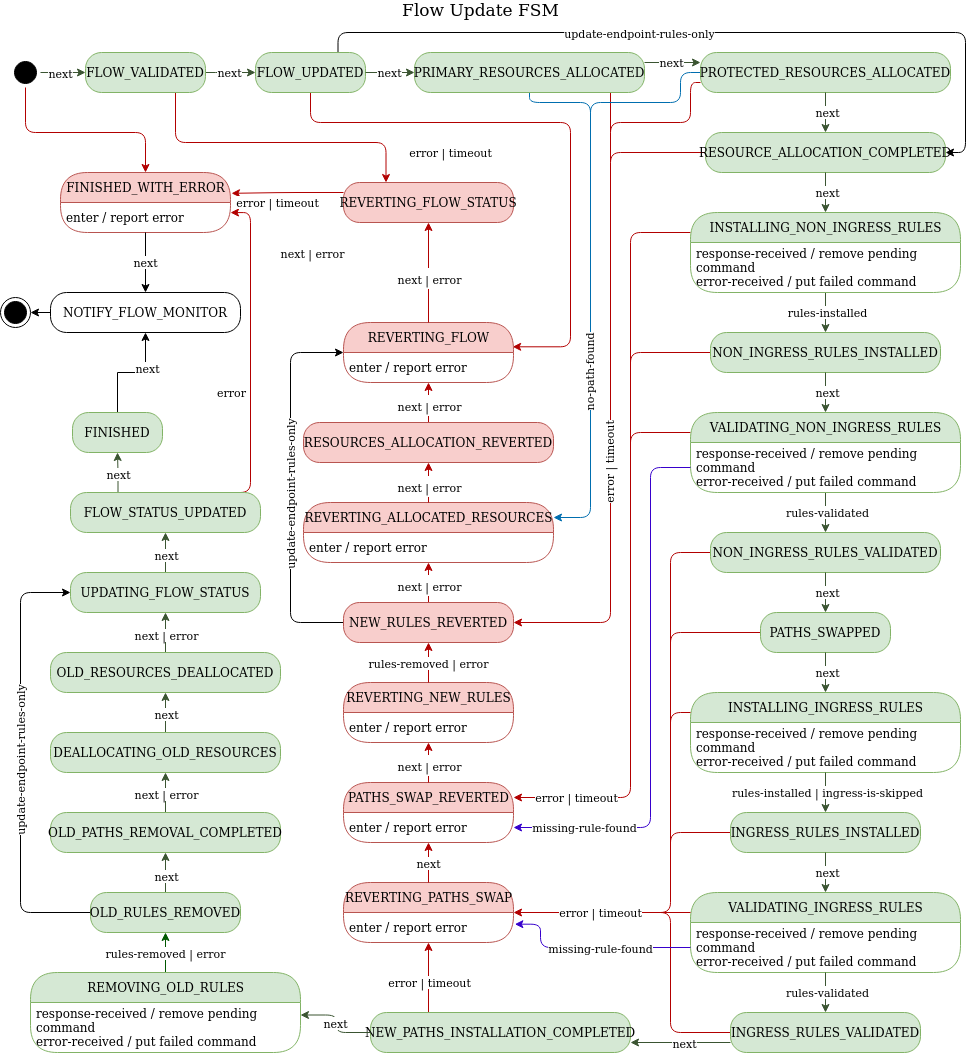
Above: docs/design/hub-and-spoke/crud/update/flow-update-fsm.png in telstra/open-kilda (draw.io), before the change. Source tidied: cells renumbered, new cells last; positions are measured from the earlier drawing's top-left corner, leaving out a move shared by most shapes.
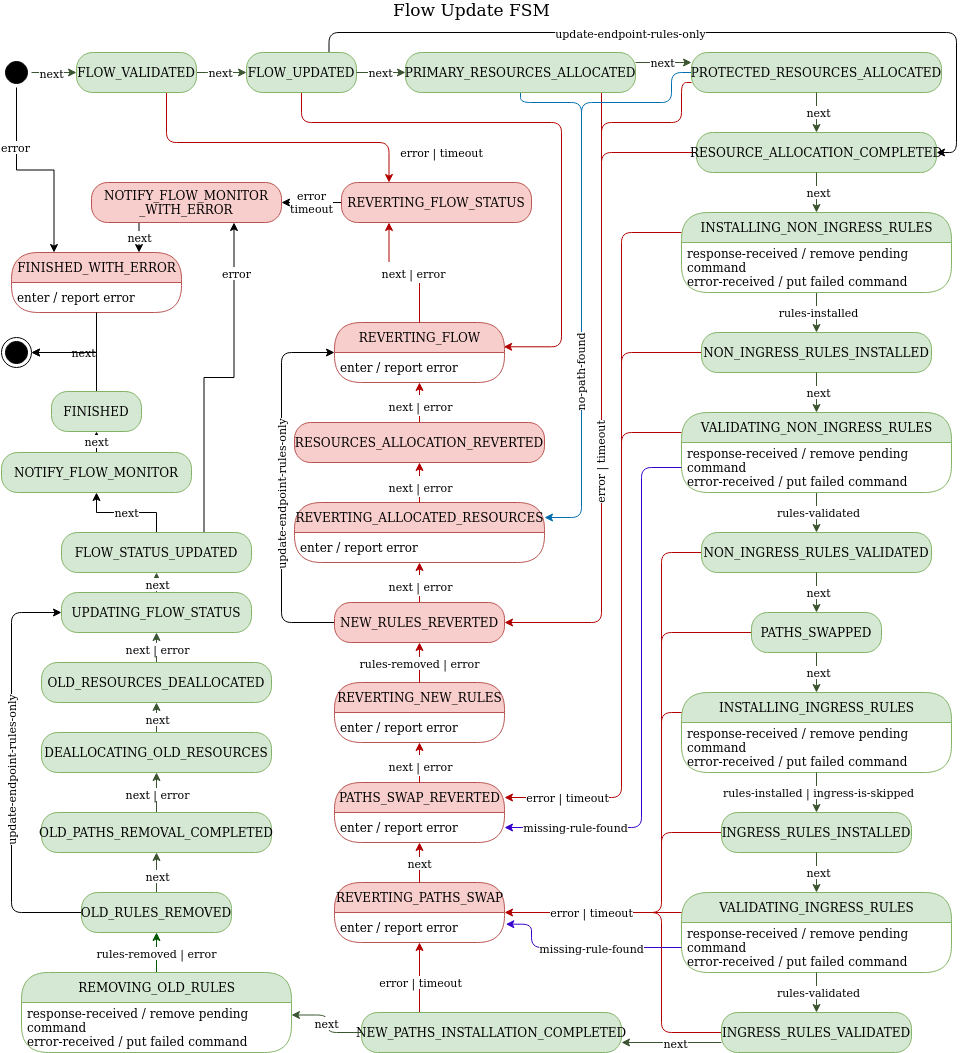
The same diagram one commit later.

The edit, as a diff of the source:
```diff
@@ -8,14 +8,12 @@
     <mxCell id="3" value="next" style="edgeLabel;html=1;align=center;verticalAlign=middle;" parent="2" vertex="1">
       <mxGeometry x="-0.15" relative="1" as="geometry" />
     </mxCell>
-    <mxCell id="4" style="edgeStyle=orthogonalEdgeStyle;rounded=1;jettySize=auto;html=1;exitX=0.5;exitY=1;exitDx=0;exitDy=0;entryX=0.5;entryY=0;entryDx=0;entryDy=0;endArrow=classic;endFill=1;strokeColor=#B20000;fillColor=#e51400;" parent="1" edge="1" source="5" target="148">
-      <mxGeometry relative="1" as="geometry">
-        <Array as="points">
-          <mxPoint x="25" y="120" />
-          <mxPoint x="145" y="120" />
-        </Array>
-      </mxGeometry>
+    <mxCell id="4" style="edgeStyle=orthogonalEdgeStyle;rounded=0;jettySize=auto;html=1;exitX=0.5;exitY=1;exitDx=0;exitDy=0;entryX=0.25;entryY=0;entryDx=0;entryDy=0;" parent="1" edge="1" source="5" target="148">
+      <mxGeometry relative="1" as="geometry" />
     </mxCell>
+    <mxCell id="153" value="error" style="edgeLabel;html=1;align=center;verticalAlign=middle;" parent="4" vertex="1">
+      <mxGeometry x="-0.42" y="-2" relative="1" as="geometry" />
+    </mxCell>
     <mxCell id="5" style="ellipse;html=1;shape=startState;fillColor=#000000;" parent="1" vertex="1">
       <mxGeometry x="10" y="45" width="30" height="30" as="geometry" />
     </mxCell>
@@ -34,7 +32,7 @@
       <mxGeometry relative="1" as="geometry">
         <Array as="points">
           <mxPoint x="175" y="130" />
-          <mxPoint x="386" y="130" />
+          <mxPoint x="398" y="130" />
         </Array>
       </mxGeometry>
     </mxCell>
@@ -313,7 +311,7 @@
     <mxCell id="75" value="rules-installed | ingress-is-skipped" style="edgeLabel;html=1;align=center;verticalAlign=middle;" parent="74" vertex="1">
       <mxGeometry x="-0.07" y="1" relative="1" as="geometry" />
     </mxCell>
-    <mxCell id="76" style="edgeStyle=orthogonalEdgeStyle;rounded=0;jettySize=auto;html=1;exitX=0.5;exitY=0;exitDx=0;exitDy=0;entryX=0.5;entryY=1;entryDx=0;entryDy=0;endArrow=classic;endFill=1;strokeColor=#B20000;fillColor=#e51400;" parent="1" edge="1" source="51" target="130">
+    <mxCell id="76" style="edgeStyle=orthogonalEdgeStyle;rounded=0;jettySize=auto;html=1;exitX=0.5;exitY=0;exitDx=0;exitDy=0;entryX=0.25;entryY=1;entryDx=0;entryDy=0;endArrow=classic;endFill=1;strokeColor=#B20000;fillColor=#e51400;" parent="1" edge="1" source="51" target="130">
       <mxGeometry relative="1" as="geometry" />
     </mxCell>
     <mxCell id="77" value="&lt;span style=&quot;font-size: 11px&quot;&gt;next | error&lt;/span&gt;" style="edgeLabel;html=1;align=center;verticalAlign=middle;fontSize=17;" parent="76" vertex="1">
@@ -370,7 +368,7 @@
       <mxGeometry relative="1" as="geometry">
         <Array as="points">
           <mxPoint x="20" y="900" />
-          <mxPoint x="20" y="580" />
+          <mxPoint x="20" y="600" />
         </Array>
       </mxGeometry>
     </mxCell>
@@ -397,7 +395,7 @@
       </mxGeometry>
     </mxCell>
     <mxCell id="94" style="ellipse;html=1;shape=endState;fillColor=#000000;" parent="1" vertex="1">
-      <mxGeometry y="285" width="30" height="30" as="geometry" />
+      <mxGeometry x="10" y="325" width="30" height="30" as="geometry" />
     </mxCell>
     <mxCell id="95" style="edgeStyle=orthogonalEdgeStyle;rounded=0;jettySize=auto;html=1;exitX=0.5;exitY=0;exitDx=0;exitDy=0;entryX=0.5;entryY=1;entryDx=0;entryDy=0;fillColor=#6d8764;strokeColor=#3A5431;" parent="1" edge="1" source="97" target="100">
       <mxGeometry relative="1" as="geometry" />
@@ -435,7 +433,7 @@
       </mxGeometry>
     </mxCell>
     <mxCell id="106" value="OLD_RESOURCES_DEALLOCATED" style="rounded=1;whiteSpace=wrap;html=1;arcSize=40;fillColor=#d5e8d4;strokeColor=#82b366;" parent="1" vertex="1">
-      <mxGeometry x="50" y="640" width="230" height="40" as="geometry" />
+      <mxGeometry x="50" y="650" width="230" height="40" as="geometry" />
     </mxCell>
     <mxCell id="107" style="edgeStyle=orthogonalEdgeStyle;rounded=0;jettySize=auto;html=1;exitX=0.5;exitY=0;exitDx=0;exitDy=0;entryX=0.5;entryY=1;entryDx=0;entryDy=0;fillColor=#6d8764;strokeColor=#3A5431;" parent="1" edge="1" source="109" target="113">
       <mxGeometry relative="1" as="geometry" />
@@ -444,33 +442,27 @@
       <mxGeometry x="-0.08" relative="1" as="geometry" />
     </mxCell>
     <mxCell id="109" value="UPDATING_FLOW_STATUS" style="rounded=1;whiteSpace=wrap;html=1;arcSize=40;fillColor=#d5e8d4;strokeColor=#82b366;" parent="1" vertex="1">
-      <mxGeometry x="70" y="560" width="190" height="40" as="geometry" />
+      <mxGeometry x="70" y="580" width="190" height="40" as="geometry" />
     </mxCell>
-    <mxCell id="110" style="edgeStyle=orthogonalEdgeStyle;rounded=0;jettySize=auto;html=1;exitX=0.25;exitY=0;exitDx=0;exitDy=0;entryX=0.5;entryY=1;entryDx=0;entryDy=0;fillColor=#6d8764;strokeColor=#3A5431;" parent="1" edge="1" source="113" target="116">
-      <mxGeometry relative="1" as="geometry" />
-    </mxCell>
-    <mxCell id="111" value="next" style="edgeLabel;html=1;align=center;verticalAlign=middle;" parent="110" vertex="1">
-      <mxGeometry x="-0.08" relative="1" as="geometry" />
-    </mxCell>
-    <mxCell id="112" style="edgeStyle=orthogonalEdgeStyle;rounded=1;jettySize=auto;html=1;exitX=0.75;exitY=0;exitDx=0;exitDy=0;entryX=1;entryY=0.336;entryDx=0;entryDy=0;endArrow=classic;endFill=1;strokeColor=#B20000;fontSize=17;fillColor=#e51400;entryPerimeter=0;" parent="1" edge="1" source="113" target="149">
-      <mxGeometry relative="1" as="geometry">
-        <Array as="points">
-          <mxPoint x="250" y="480" />
-          <mxPoint x="250" y="200" />
-        </Array>
-      </mxGeometry>
-    </mxCell>
+    <mxCell id="154" value="&lt;div&gt;next&lt;/div&gt;" style="edgeStyle=orthogonalEdgeStyle;rounded=0;jettySize=auto;html=1;exitX=0.5;exitY=0;exitDx=0;exitDy=0;entryX=0.5;entryY=1;entryDx=0;entryDy=0;" parent="1" edge="1" source="113" target="151">
+      <mxGeometry relative="1" as="geometry" />
+    </mxCell>
+    <mxCell id="155" style="edgeStyle=orthogonalEdgeStyle;rounded=0;jettySize=auto;html=1;exitX=0.75;exitY=0;exitDx=0;exitDy=0;entryX=0.75;entryY=1;entryDx=0;entryDy=0;" parent="1" edge="1" source="113" target="161">
+      <mxGeometry relative="1" as="geometry" />
+    </mxCell>
+    <mxCell id="156" value="error" style="edgeLabel;html=1;align=center;verticalAlign=middle;" parent="155" vertex="1">
+      <mxGeometry x="0.71" y="-1" relative="1" as="geometry">
+        <mxPoint x="1" as="offset" />
+      </mxGeometry>
+    </mxCell>
     <mxCell id="113" value="FLOW_STATUS_UPDATED" style="rounded=1;whiteSpace=wrap;html=1;arcSize=40;fillColor=#d5e8d4;strokeColor=#82b366;" parent="1" vertex="1">
-      <mxGeometry x="70" y="480" width="190" height="40" as="geometry" />
+      <mxGeometry x="70" y="520" width="190" height="40" as="geometry" />
     </mxCell>
-    <mxCell id="114" style="edgeStyle=orthogonalEdgeStyle;rounded=0;jettySize=auto;html=1;exitX=0.5;exitY=0;exitDx=0;exitDy=0;entryX=0.5;entryY=1;entryDx=0;entryDy=0;" parent="1" edge="1" source="116" target="151">
-      <mxGeometry relative="1" as="geometry" />
-    </mxCell>
-    <mxCell id="115" value="next" style="edgeLabel;html=1;align=center;verticalAlign=middle;" parent="114" vertex="1">
-      <mxGeometry x="0.35" y="-1" relative="1" as="geometry" />
-    </mxCell>
+    <mxCell id="157" value="next" style="edgeStyle=orthogonalEdgeStyle;rounded=0;jettySize=auto;html=1;exitX=0.5;exitY=0;exitDx=0;exitDy=0;entryX=1;entryY=0.5;entryDx=0;entryDy=0;" parent="1" edge="1" source="116" target="94">
+      <mxGeometry relative="1" as="geometry" />
+    </mxCell>
     <mxCell id="116" value="FINISHED" style="rounded=1;whiteSpace=wrap;html=1;arcSize=40;fillColor=#d5e8d4;strokeColor=#82b366;" parent="1" vertex="1">
-      <mxGeometry x="72" y="400" width="90" height="40" as="geometry" />
+      <mxGeometry x="60" y="379" width="90" height="40" as="geometry" />
     </mxCell>
     <mxCell id="117" style="edgeStyle=orthogonalEdgeStyle;rounded=0;jettySize=auto;html=1;exitX=0.5;exitY=0;exitDx=0;exitDy=0;entryX=0.5;entryY=1;entryDx=0;entryDy=0;endArrow=classic;endFill=1;strokeColor=#B20000;fillColor=#e51400;" parent="1" edge="1" source="61" target="58">
       <mxGeometry relative="1" as="geometry" />
@@ -510,11 +502,11 @@
     <mxCell id="128" value="RESOURCES_ALLOCATION_REVERTED" style="rounded=1;whiteSpace=wrap;html=1;arcSize=40;fillColor=#f8cecc;strokeColor=#b85450;" parent="1" vertex="1">
       <mxGeometry x="303" y="410" width="250" height="40" as="geometry" />
     </mxCell>
-    <mxCell id="129" style="edgeStyle=orthogonalEdgeStyle;rounded=1;jettySize=auto;html=1;exitX=0;exitY=0.25;exitDx=0;exitDy=0;endArrow=classic;endFill=1;strokeColor=#B20000;fontSize=17;fillColor=#e51400;entryX=1.006;entryY=0.347;entryDx=0;entryDy=0;entryPerimeter=0;" parent="1" edge="1" source="130" target="148">
-      <mxGeometry relative="1" as="geometry" />
-    </mxCell>
+    <mxCell id="158" value="&lt;div&gt;error&lt;/div&gt;&lt;div&gt;timeout&lt;br&gt;&lt;/div&gt;" style="edgeStyle=orthogonalEdgeStyle;rounded=0;jettySize=auto;html=1;exitX=0;exitY=0.5;exitDx=0;exitDy=0;entryX=1;entryY=0.5;entryDx=0;entryDy=0;" parent="1" edge="1" source="130" target="161">
+      <mxGeometry relative="1" as="geometry" />
+    </mxCell>
     <mxCell id="130" value="REVERTING_FLOW_STATUS" style="rounded=1;whiteSpace=wrap;html=1;arcSize=40;fillColor=#f8cecc;strokeColor=#b85450;" parent="1" vertex="1">
-      <mxGeometry x="343" y="170" width="170" height="40" as="geometry" />
+      <mxGeometry x="350" y="170" width="190" height="40" as="geometry" />
     </mxCell>
     <mxCell id="131" style="edgeStyle=orthogonalEdgeStyle;rounded=1;jettySize=auto;html=1;exitX=0;exitY=0.5;exitDx=0;exitDy=0;entryX=1.008;entryY=0.389;entryDx=0;entryDy=0;endArrow=classic;endFill=1;strokeColor=#3700CC;fillColor=#6a00ff;entryPerimeter=0;" parent="1" edge="1" source="67" target="62">
       <mxGeometry relative="1" as="geometry">
@@ -561,21 +553,6 @@
         <mxPoint x="-1" as="offset" />
       </mxGeometry>
     </mxCell>
-    <mxCell id="139" value="error | timeout" style="edgeLabel;html=1;align=center;verticalAlign=middle;rotation=0;" parent="1" vertex="1">
-      <mxGeometry x="277" y="189" as="geometry">
-        <mxPoint x="-1" as="offset" />
-      </mxGeometry>
-    </mxCell>
-    <mxCell id="140" value="error" style="edgeLabel;html=1;align=center;verticalAlign=middle;rotation=0;" parent="1" vertex="1">
-      <mxGeometry x="81" y="189" as="geometry">
-        <mxPoint x="-1" as="offset" />
-      </mxGeometry>
-    </mxCell>
-    <mxCell id="141" value="next | error" style="edgeLabel;html=1;align=center;verticalAlign=middle;rotation=0;" parent="1" vertex="1">
-      <mxGeometry x="312" y="240" as="geometry">
-        <mxPoint x="-1" as="offset" />
-      </mxGeometry>
-    </mxCell>
     <mxCell id="142" value="rules-removed | error" style="edgeLabel;html=1;align=center;verticalAlign=middle;" parent="1" vertex="1">
       <mxGeometry x="428" y="650" as="geometry" />
     </mxCell>
@@ -595,25 +572,26 @@
     <mxCell id="146" value="rules-removed | error" style="edgeLabel;html=1;align=center;verticalAlign=middle;" parent="1" vertex="1">
       <mxGeometry x="165" y="940" as="geometry" />
     </mxCell>
-    <mxCell id="147" value="error" style="edgeLabel;html=1;align=center;verticalAlign=middle;rotation=0;" parent="1" vertex="1">
-      <mxGeometry x="231" y="379" as="geometry">
-        <mxPoint x="-1" as="offset" />
-      </mxGeometry>
-    </mxCell>
     <mxCell id="148" value="&lt;span style=&quot;font-weight: 400&quot;&gt;FINISHED_WITH_ERROR&lt;/span&gt;" style="swimlane;html=1;fontStyle=1;align=center;verticalAlign=middle;horizontal=1;startSize=30;rounded=1;arcSize=30;strokeColor=#b85450;fillColor=#f8cecc;swimlaneFillColor=#ffffff;" parent="1" vertex="1">
-      <mxGeometry x="60" y="160" width="170" height="60" as="geometry" />
+      <mxGeometry x="20" y="240" width="170" height="60" as="geometry" />
     </mxCell>
     <mxCell id="149" value="enter / report error" style="text;html=1;align=left;verticalAlign=middle;spacingLeft=4;spacingRight=4;whiteSpace=wrap;overflow=hidden;" parent="148" vertex="1">
       <mxGeometry y="30" width="170" height="30" as="geometry" />
     </mxCell>
-    <mxCell id="150" style="edgeStyle=orthogonalEdgeStyle;rounded=0;jettySize=auto;html=1;exitX=0;exitY=0.5;exitDx=0;exitDy=0;entryX=1;entryY=0.5;entryDx=0;entryDy=0;" parent="1" edge="1" source="151" target="94">
-      <mxGeometry relative="1" as="geometry" />
-    </mxCell>
+    <mxCell id="159" value="next" style="edgeStyle=orthogonalEdgeStyle;rounded=0;jettySize=auto;html=1;exitX=0.5;exitY=0;exitDx=0;exitDy=0;entryX=0.5;entryY=1;entryDx=0;entryDy=0;" parent="1" edge="1" source="151" target="116">
+      <mxGeometry relative="1" as="geometry" />
+    </mxCell>
-    <mxCell id="151" value="NOTIFY_FLOW_MONITOR" style="rounded=1;whiteSpace=wrap;html=1;arcSize=40;" parent="1" vertex="1">
-      <mxGeometry x="50" y="280" width="190" height="40" as="geometry" />
+    <mxCell id="151" value="NOTIFY_FLOW_MONITOR" style="rounded=1;whiteSpace=wrap;html=1;arcSize=40;fillColor=#d5e8d4;strokeColor=#82b366;" parent="1" vertex="1">
+      <mxGeometry x="10" y="440" width="190" height="40" as="geometry" />
     </mxCell>
-    <mxCell id="152" value="next" style="endArrow=classic;html=1;exitX=0.5;exitY=1;exitDx=0;exitDy=0;" parent="1" edge="1" source="149" target="151">
-      <mxGeometry relative="1" as="geometry" />
-    </mxCell>
+    <mxCell id="160" value="next" style="edgeStyle=orthogonalEdgeStyle;rounded=0;jettySize=auto;html=1;exitX=0.25;exitY=1;exitDx=0;exitDy=0;entryX=0.75;entryY=0;entryDx=0;entryDy=0;" parent="1" edge="1" source="161" target="148">
+      <mxGeometry relative="1" as="geometry" />
+    </mxCell>
+    <mxCell id="161" value="NOTIFY_FLOW_MONITOR&lt;br&gt;_WITH_ERROR" style="rounded=1;whiteSpace=wrap;html=1;arcSize=40;fillColor=#f8cecc;strokeColor=#b85450;" parent="1" vertex="1">
+      <mxGeometry x="100" y="170" width="190" height="40" as="geometry" />
+    </mxCell>
+    <mxCell id="162" style="edgeStyle=orthogonalEdgeStyle;rounded=0;jettySize=auto;html=1;exitX=0.5;exitY=1;exitDx=0;exitDy=0;entryX=1;entryY=0.5;entryDx=0;entryDy=0;" parent="1" edge="1" source="149" target="94">
+      <mxGeometry relative="1" as="geometry" />
+    </mxCell>
   </root>
 </mxGraphModel>
```
